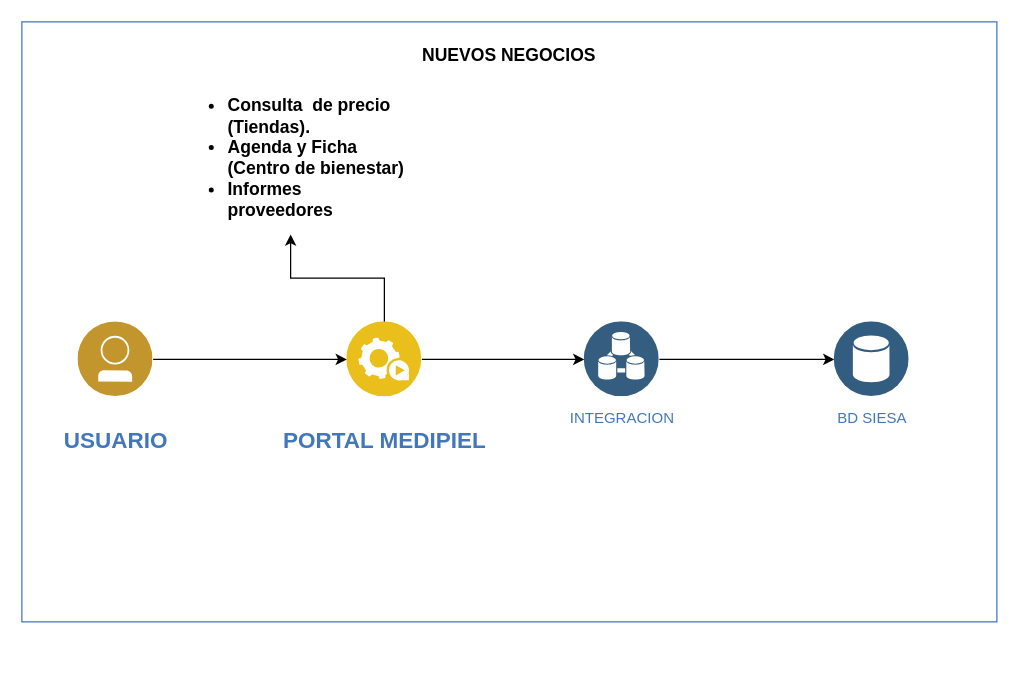
Earlier version of the draw.io diagram DiagramaNuevosNegocios.drawio (MJRV91/Diagramas). Source tidied: cells renumbered, new cells numbered last; positions are measured from the earlier drawing's top-left corner, leaving out a move shared by most shapes. Both pictures are drawn from the tidied source at 125%, with x=0, y=0 at pixel (21, 21). Pictures stored in the file or linked from it are replaced by grey dashed boxes.
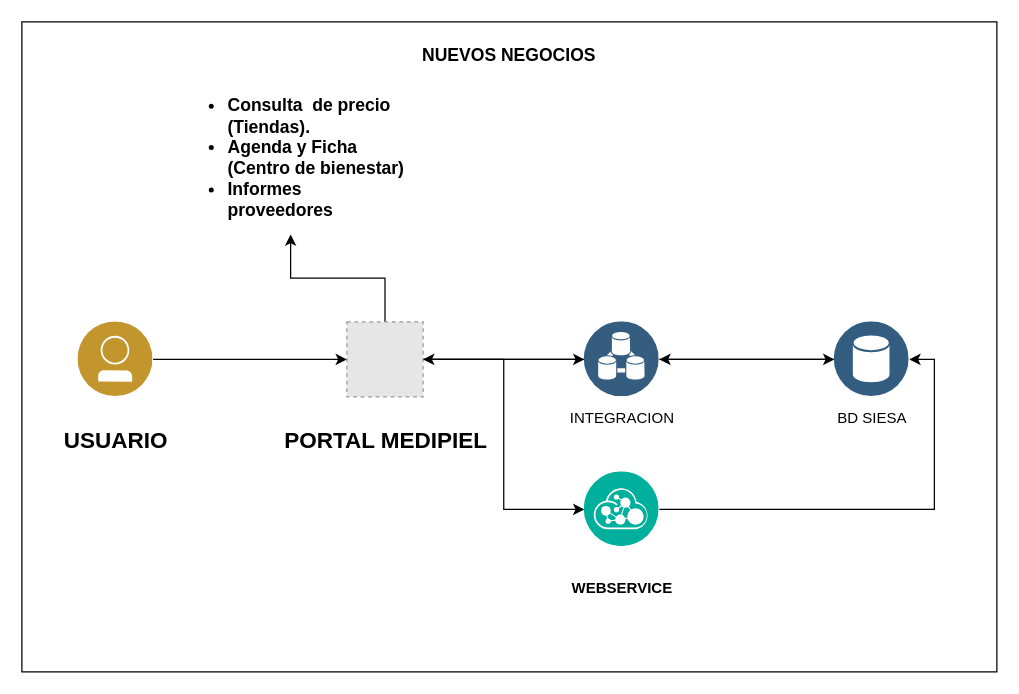
The same page after the edit.

Change to the diagram source:
```diff
@@
 <mxGraphModel>
   <root>
     <mxCell id="0" />
     <mxCell id="1" parent="0" />
-    <mxCell id="2" value="&lt;h3&gt;NUEVOS NEGOCIOS&lt;/h3&gt;" style="fontStyle=0;verticalAlign=top;align=center;spacingTop=-2;fillColor=none;rounded=0;whiteSpace=wrap;html=1;strokeColor=#4376BB;strokeWidth=1;dashed=0;" parent="1" vertex="1">
-      <mxGeometry width="780" height="480" as="geometry" />
+    <mxCell id="2" value="&lt;h3&gt;NUEVOS NEGOCIOS&lt;/h3&gt;" style="fontStyle=0;verticalAlign=top;align=center;spacingTop=-2;fillColor=none;rounded=0;whiteSpace=wrap;html=1;strokeWidth=1;dashed=0;labelBackgroundColor=none;" parent="1" vertex="1">
+      <mxGeometry width="780" height="520" as="geometry" />
     </mxCell>
-    <mxCell id="3" value="&lt;h2&gt;USUARIO&lt;/h2&gt;" style="image;perimeter=ellipsePerimeter;html=1;align=center;shadow=0;dashed=0;fontColor=#4277BB;labelBackgroundColor=default;fontSize=12;spacingTop=3;image=img/lib/ibm/users/user.svg;" parent="2" vertex="1">
+    <mxCell id="3" value="&lt;h2&gt;USUARIO&lt;/h2&gt;" style="image;perimeter=ellipsePerimeter;html=1;align=center;shadow=0;dashed=0;labelBackgroundColor=none;fontSize=12;spacingTop=3;image=img/lib/ibm/users/user.svg;" parent="2" vertex="1">
       <mxGeometry x="45" y="240" width="60" height="60" as="geometry" />
     </mxCell>
-    <mxCell id="4" style="edgeStyle=orthogonalEdgeStyle;rounded=0;jettySize=auto;html=1;" parent="2" edge="1" source="6" target="9">
+    <mxCell id="4" style="edgeStyle=orthogonalEdgeStyle;rounded=0;jettySize=auto;html=1;labelBackgroundColor=none;fontColor=default;" parent="2" edge="1" source="6" target="9">
       <mxGeometry relative="1" as="geometry" />
     </mxCell>
-    <mxCell id="5" style="edgeStyle=orthogonalEdgeStyle;rounded=0;jettySize=auto;html=1;entryX=0.5;entryY=1;entryDx=0;entryDy=0;" parent="2" edge="1" source="6" target="11">
+    <mxCell id="5" style="edgeStyle=orthogonalEdgeStyle;rounded=0;jettySize=auto;html=1;entryX=0.5;entryY=1;entryDx=0;entryDy=0;labelBackgroundColor=none;fontColor=default;" parent="2" edge="1" source="6" target="11">
       <mxGeometry relative="1" as="geometry" />
     </mxCell>
+    <mxCell id="12" style="edgeStyle=orthogonalEdgeStyle;rounded=0;jettySize=auto;html=1;entryX=0;entryY=0.5;entryDx=0;entryDy=0;" parent="2" edge="1" source="6" target="16">
+      <mxGeometry relative="1" as="geometry" />
+    </mxCell>
-    <mxCell id="6" value="&lt;h2&gt;PORTAL MEDIPIEL&lt;/h2&gt;" style="image;perimeter=ellipsePerimeter;html=1;align=center;shadow=0;dashed=0;fontColor=#4277BB;labelBackgroundColor=default;fontSize=12;spacingTop=3;image=img/lib/ibm/applications/automation_tools.svg;" parent="2" vertex="1">
-      <mxGeometry x="260" y="240" width="60" height="60" as="geometry" />
+    <mxCell id="6" value="&lt;h2&gt;PORTAL MEDIPIEL&lt;/h2&gt;" style="fillColor=#E6E6E6;strokeColor=#999999;dashed=1;verticalLabelPosition=bottom;verticalAlign=top;html=1;align=center;labelBackgroundColor=none;fontSize=12;spacingTop=3;" parent="2" vertex="1">
+      <mxGeometry x="260" y="240" width="61" height="60" as="geometry" />
     </mxCell>
-    <mxCell id="7" style="edgeStyle=orthogonalEdgeStyle;rounded=0;jettySize=auto;html=1;entryX=0;entryY=0.5;entryDx=0;entryDy=0;" parent="2" edge="1" source="3" target="6">
+    <mxCell id="7" style="edgeStyle=orthogonalEdgeStyle;rounded=0;jettySize=auto;html=1;entryX=0;entryY=0.5;entryDx=0;entryDy=0;labelBackgroundColor=none;fontColor=default;" parent="2" edge="1" source="3" target="6">
       <mxGeometry relative="1" as="geometry" />
     </mxCell>
-    <mxCell id="8" style="edgeStyle=orthogonalEdgeStyle;rounded=0;jettySize=auto;html=1;" parent="2" edge="1" source="9" target="10">
+    <mxCell id="8" style="edgeStyle=orthogonalEdgeStyle;rounded=0;jettySize=auto;html=1;labelBackgroundColor=none;fontColor=default;" parent="2" edge="1" source="9" target="10">
       <mxGeometry relative="1" as="geometry" />
     </mxCell>
+    <mxCell id="13" style="edgeStyle=orthogonalEdgeStyle;rounded=0;jettySize=auto;html=1;fontColor=default;labelBackgroundColor=none;" parent="2" edge="1" source="9" target="6">
+      <mxGeometry relative="1" as="geometry" />
+    </mxCell>
-    <mxCell id="9" value="INTEGRACION" style="perimeter=ellipsePerimeter;html=1;align=center;shadow=0;dashed=0;image;image=img/lib/ibm/data/device_registry.svg;strokeColor=#FF0000;fillColor=#FFFF66;gradientColor=none;fontColor=#4277BB;labelBackgroundColor=#ffffff;spacingTop=3;" parent="2" vertex="1">
+    <mxCell id="9" value="INTEGRACION" style="perimeter=ellipsePerimeter;html=1;align=center;shadow=0;dashed=0;image;image=img/lib/ibm/data/device_registry.svg;labelBackgroundColor=none;spacingTop=3;" parent="2" vertex="1">
       <mxGeometry x="450" y="240" width="60" height="60" as="geometry" />
     </mxCell>
+    <mxCell id="14" style="edgeStyle=orthogonalEdgeStyle;rounded=0;jettySize=auto;html=1;fontColor=default;labelBackgroundColor=none;" parent="2" edge="1" source="10" target="9">
+      <mxGeometry relative="1" as="geometry" />
+    </mxCell>
-    <mxCell id="10" value="BD SIESA" style="perimeter=ellipsePerimeter;html=1;align=center;shadow=0;dashed=0;image;image=img/lib/ibm/data/data_services.svg;strokeColor=#FF0000;fillColor=#FFFF66;gradientColor=none;fontColor=#4277BB;labelBackgroundColor=#ffffff;spacingTop=3;" parent="2" vertex="1">
+    <mxCell id="10" value="BD SIESA" style="perimeter=ellipsePerimeter;html=1;align=center;shadow=0;dashed=0;image;image=img/lib/ibm/data/data_services.svg;labelBackgroundColor=none;spacingTop=3;" parent="2" vertex="1">
       <mxGeometry x="650" y="240" width="60" height="60" as="geometry" />
     </mxCell>
-    <mxCell id="11" value="&lt;h1&gt;&lt;/h1&gt;&lt;h5&gt;&lt;/h5&gt;&lt;h6&gt;&lt;/h6&gt;&lt;h3&gt;&lt;ul&gt;&lt;li&gt;Consulta&amp;nbsp; de precio (Tiendas).&lt;/li&gt;&lt;li&gt;Agenda y Ficha (Centro de bienestar)&lt;/li&gt;&lt;li&gt;Informes proveedores&lt;/li&gt;&lt;/ul&gt;&lt;/h3&gt;" style="text;html=1;strokeColor=none;fillColor=none;spacing=5;spacingTop=-20;whiteSpace=wrap;overflow=hidden;rounded=0;align=left;" parent="2" vertex="1">
+    <mxCell id="11" value="&lt;h1&gt;&lt;/h1&gt;&lt;h5&gt;&lt;/h5&gt;&lt;h6&gt;&lt;/h6&gt;&lt;h3&gt;&lt;ul&gt;&lt;li&gt;Consulta&amp;nbsp; de precio (Tiendas).&lt;/li&gt;&lt;li&gt;Agenda y Ficha (Centro de bienestar)&lt;/li&gt;&lt;li&gt;Informes proveedores&lt;/li&gt;&lt;/ul&gt;&lt;/h3&gt;" style="text;html=1;strokeColor=none;fillColor=none;spacing=5;spacingTop=-20;whiteSpace=wrap;overflow=hidden;rounded=0;align=left;labelBackgroundColor=none;" parent="2" vertex="1">
       <mxGeometry x="120" y="50" width="190" height="120" as="geometry" />
     </mxCell>
+    <mxCell id="15" style="edgeStyle=orthogonalEdgeStyle;rounded=0;jettySize=auto;html=1;entryX=1;entryY=0.5;entryDx=0;entryDy=0;" parent="2" edge="1" source="16" target="10">
+      <mxGeometry relative="1" as="geometry" />
+    </mxCell>
+    <mxCell id="16" value="&lt;h4&gt;&lt;font color=&quot;#000000&quot;&gt;WEBSERVICE&lt;/font&gt;&lt;/h4&gt;" style="image;perimeter=ellipsePerimeter;html=1;align=center;shadow=0;dashed=0;fontColor=#4277BB;labelBackgroundColor=default;fontSize=12;spacingTop=3;image=img/lib/ibm/management/api_management.svg;" parent="2" vertex="1">
+      <mxGeometry x="450" y="360" width="60" height="60" as="geometry" />
+    </mxCell>
   </root>
 </mxGraphModel>
```
